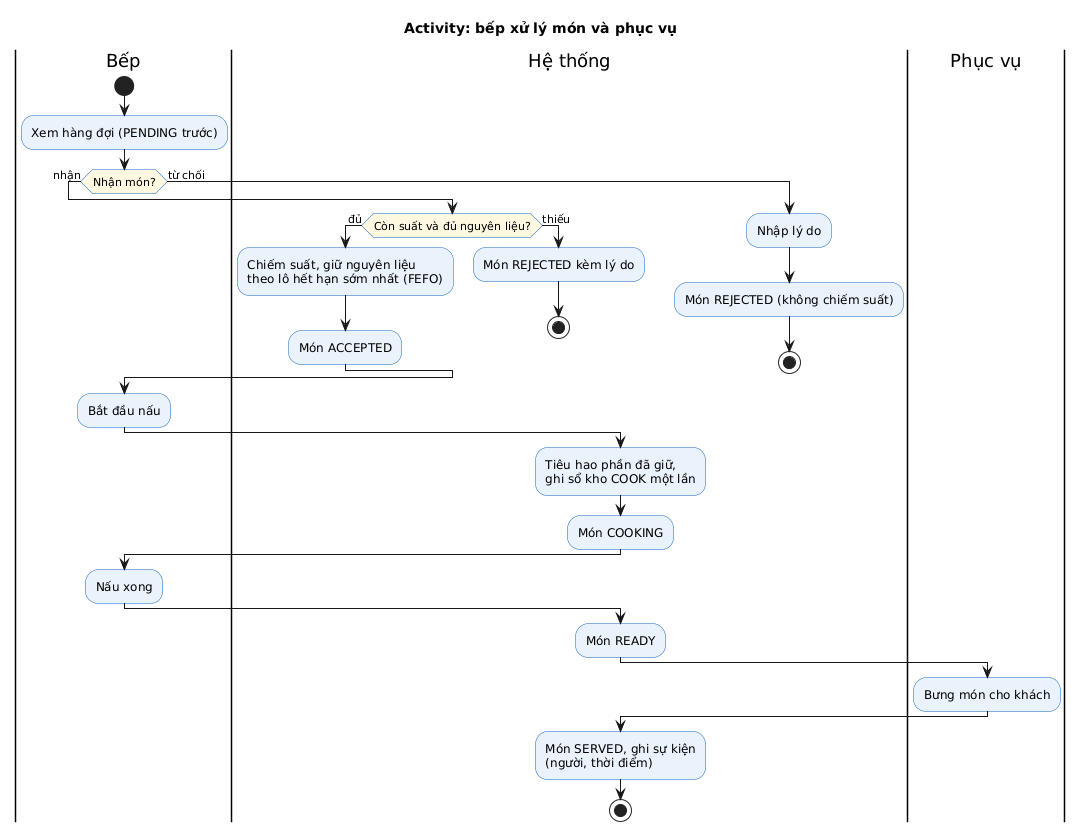
Earlier version of the PlantUML export docs/bao-cao-ltnc/uml/act-che-bien.png (Anpham120/restaurant-management-system). The source it was exported from:
```plantuml
@startuml
!include _style.iuml
title Activity: bếp xử lý món và phục vụ
|Bếp|
start
:Xem hàng đợi (PENDING trước);
if (Nhận món?) then (nhận)
  |Hệ thống|
  if (Còn suất và đủ nguyên liệu?) then (đủ)
    :Chiếm suất, giữ nguyên liệu\ntheo lô hết hạn sớm nhất (FEFO);
    :Món ACCEPTED;
  else (thiếu)
    :Món REJECTED kèm lý do;
    stop
  endif
else (từ chối)
  :Nhập lý do;
  |Hệ thống|
  :Món REJECTED (không chiếm suất);
  stop
endif
|Bếp|
:Bắt đầu nấu;
|Hệ thống|
:Tiêu hao phần đã giữ,\nghi sổ kho COOK một lần;
:Món COOKING;
|Bếp|
:Nấu xong;
|Hệ thống|
:Món READY;
|Phục vụ|
:Bưng món cho khách;
|Hệ thống|
:Món SERVED, ghi sự kiện\n(người, thời điểm);
stop
@enduml
```
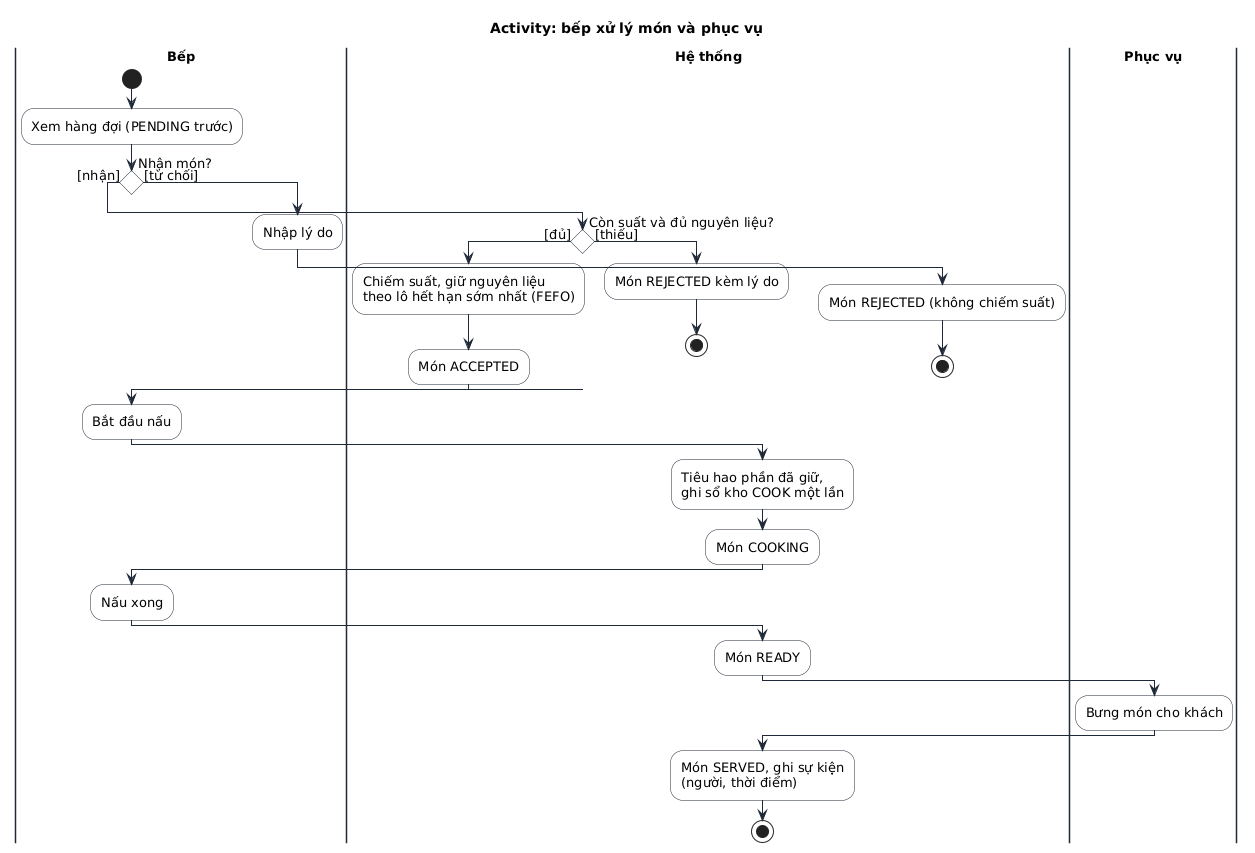
Later version of the same file.

Change to the diagram source:
```diff
@@ -1,19 +1,22 @@
 @startuml
 !include _style.iuml
+skinparam conditionStyle diamond
+skinparam conditionEndStyle diamond
 title Activity: bếp xử lý món và phục vụ
 |Bếp|
 start
 :Xem hàng đợi (PENDING trước);
-if (Nhận món?) then (nhận)
+if (Nhận món?) then ([nhận])
   |Hệ thống|
-  if (Còn suất và đủ nguyên liệu?) then (đủ)
+  if (Còn suất và đủ nguyên liệu?) then ([đủ])
     :Chiếm suất, giữ nguyên liệu\ntheo lô hết hạn sớm nhất (FEFO);
     :Món ACCEPTED;
-  else (thiếu)
+  else ([thiếu])
     :Món REJECTED kèm lý do;
     stop
   endif
-else (từ chối)
+else ([từ chối])
+  |Bếp|
   :Nhập lý do;
   |Hệ thống|
   :Món REJECTED (không chiếm suất);
```
